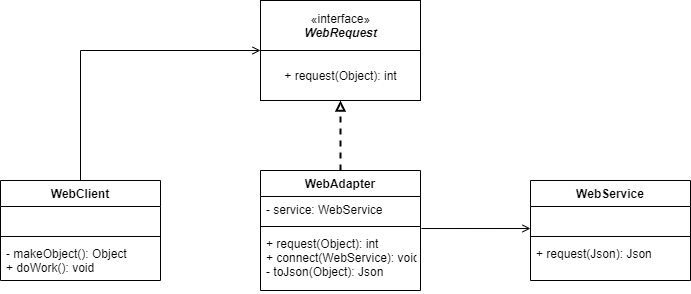
smitbmx/Architecture-Diagrams keeps this draw.io diagram as Design Patterns/Structural/Adapter Class Diagram (Web client - Web service).png. Above is the earlier version. Source tidied: cells renumbered, new cells last; positions are measured from the earlier drawing's top-left corner, leaving out a move shared by most shapes.
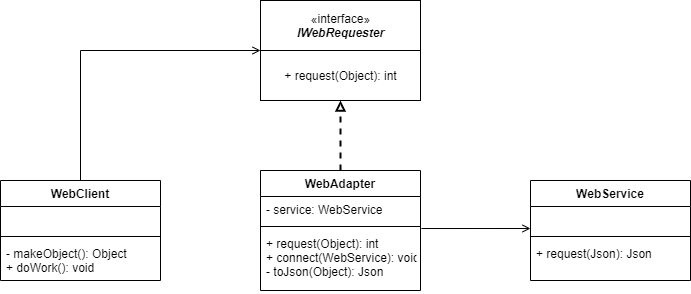
The same diagram one commit later.

What changed in the source:
```diff
@@ -38,7 +38,7 @@
     <mxCell id="13" value="+ request(Object): int&#10;+ connect(WebService): void&#10;- toJson(Object): Json" style="text;strokeColor=none;fillColor=none;align=left;verticalAlign=top;spacingLeft=4;spacingRight=4;overflow=hidden;points=[[0,0.5],[1,0.5]];portConstraint=eastwest;" parent="10" vertex="1">
       <mxGeometry y="60" width="160" height="60" as="geometry" />
     </mxCell>
-    <mxCell id="14" value="«interface»&lt;br&gt;&lt;b&gt;&lt;i&gt;WebRequest&lt;/i&gt;&lt;/b&gt;" style="html=1;" parent="1" vertex="1">
+    <mxCell id="14" value="«interface»&lt;br&gt;&lt;b&gt;&lt;i&gt;IWebRequester&lt;/i&gt;&lt;/b&gt;" style="html=1;" parent="1" vertex="1">
       <mxGeometry x="260" width="160" height="50" as="geometry" />
     </mxCell>
     <mxCell id="15" value="+ request(Object): int" style="html=1;" parent="1" vertex="1">
```
